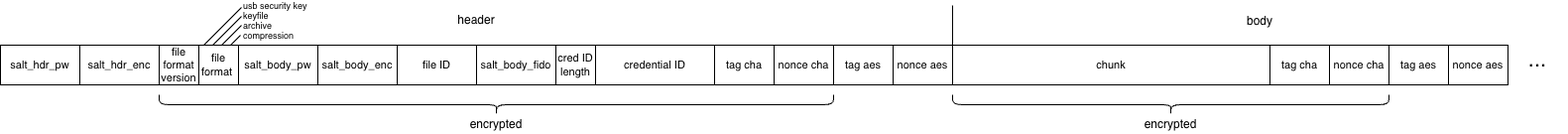
Before: images/Encryption-2.drawio.png, a diagram exported from draw.io (JoergDF/cryptcrypt). Source tidied: cells renumbered, new cells last; positions are measured from the earlier drawing's top-left corner, leaving out a move shared by most shapes.
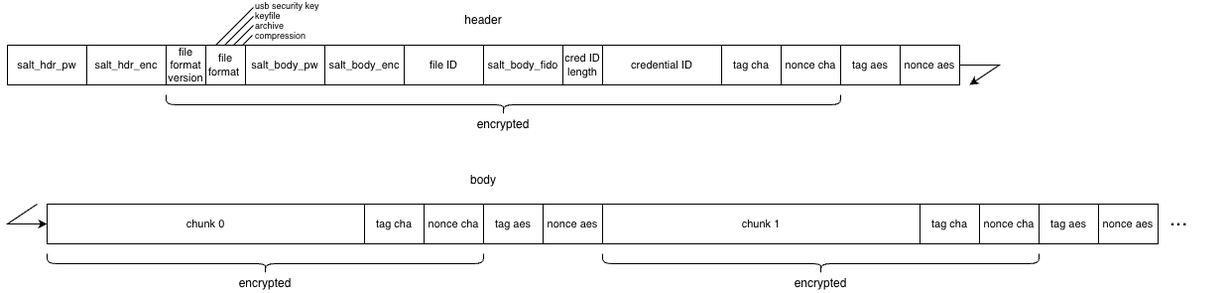
The same diagram one commit later.

Commit message:
Improve visibility of data structure diagram in readme.

The edit, as a diff of the source:
```diff
@@ -47,32 +47,26 @@
     <mxCell id="16" value="header" style="text;html=1;whiteSpace=wrap;strokeColor=none;fillColor=none;align=center;verticalAlign=middle;rounded=0;" parent="1" vertex="1">
       <mxGeometry x="450" width="60" height="30" as="geometry" />
     </mxCell>
-    <mxCell id="17" style="endArrow=none;html=1;rounded=0;fontSize=11;" parent="1" edge="1">
-      <mxGeometry relative="1" as="geometry">
-        <mxPoint x="960" y="40" as="sourcePoint" />
-        <mxPoint x="960" as="targetPoint" />
-      </mxGeometry>
-    </mxCell>
-    <mxCell id="18" value="chunk" style="rounded=0;whiteSpace=wrap;html=1;fontSize=11;" parent="1" vertex="1">
-      <mxGeometry x="960" y="40" width="320" height="40" as="geometry" />
+    <mxCell id="18" value="chunk 0" style="rounded=0;whiteSpace=wrap;html=1;fontSize=11;" parent="1" vertex="1">
+      <mxGeometry x="40" y="200" width="320" height="40" as="geometry" />
     </mxCell>
     <mxCell id="19" value="tag cha" style="rounded=0;whiteSpace=wrap;html=1;fontSize=11;" parent="1" vertex="1">
-      <mxGeometry x="1280" y="40" width="60" height="40" as="geometry" />
+      <mxGeometry x="360" y="200" width="60" height="40" as="geometry" />
     </mxCell>
     <mxCell id="20" value="nonce cha" style="rounded=0;whiteSpace=wrap;html=1;fontSize=11;" parent="1" vertex="1">
-      <mxGeometry x="1340" y="40" width="60" height="40" as="geometry" />
+      <mxGeometry x="420" y="200" width="60" height="40" as="geometry" />
     </mxCell>
     <mxCell id="21" value="tag aes" style="rounded=0;whiteSpace=wrap;html=1;fontSize=11;" parent="1" vertex="1">
-      <mxGeometry x="1400" y="40" width="60" height="40" as="geometry" />
+      <mxGeometry x="480" y="200" width="60" height="40" as="geometry" />
     </mxCell>
     <mxCell id="22" value="nonce aes" style="rounded=0;whiteSpace=wrap;html=1;fontSize=11;" parent="1" vertex="1">
-      <mxGeometry x="1460" y="40" width="60" height="40" as="geometry" />
+      <mxGeometry x="540" y="200" width="60" height="40" as="geometry" />
     </mxCell>
     <mxCell id="23" value="body" style="text;html=1;whiteSpace=wrap;strokeColor=none;fillColor=none;align=center;verticalAlign=middle;rounded=0;" parent="1" vertex="1">
-      <mxGeometry x="1240" y="1" width="60" height="30" as="geometry" />
+      <mxGeometry x="450" y="161" width="60" height="30" as="geometry" />
     </mxCell>
-    <mxCell id="24" value="..." style="text;html=1;whiteSpace=wrap;strokeColor=none;fillColor=none;align=center;verticalAlign=middle;rounded=0;fontSize=22;" parent="1" vertex="1">
-      <mxGeometry x="1520" y="47" width="60" height="15" as="geometry" />
+    <mxCell id="24" value="..." style="text;html=1;whiteSpace=wrap;strokeColor=none;fillColor=none;align=left;verticalAlign=bottom;rounded=0;fontSize=22;" parent="1" vertex="1">
+      <mxGeometry x="1170" y="210" width="60" height="20" as="geometry" />
     </mxCell>
     <mxCell id="25" style="shape=curlyBracket;whiteSpace=wrap;html=1;rounded=1;flipH=1;labelPosition=right;verticalLabelPosition=middle;align=left;verticalAlign=middle;labelPerimeter=1;legacyAnchorPoints=0;direction=north;" parent="1" vertex="1">
       <mxGeometry x="160" y="90" width="680" height="20" as="geometry" />
@@ -81,45 +75,84 @@
       <mxGeometry x="470" y="110" width="60" height="20" as="geometry" />
     </mxCell>
     <mxCell id="27" style="shape=curlyBracket;whiteSpace=wrap;html=1;rounded=1;flipH=1;labelPosition=right;verticalLabelPosition=middle;align=left;verticalAlign=middle;labelPerimeter=1;legacyAnchorPoints=0;direction=north;" parent="1" vertex="1">
-      <mxGeometry x="960" y="90" width="440" height="20" as="geometry" />
+      <mxGeometry x="40" y="250" width="440" height="20" as="geometry" />
     </mxCell>
     <mxCell id="28" value="encrypted" style="text;html=1;whiteSpace=wrap;strokeColor=none;fillColor=none;align=center;verticalAlign=middle;rounded=0;" parent="1" vertex="1">
-      <mxGeometry x="1150" y="110" width="60" height="20" as="geometry" />
+      <mxGeometry x="230" y="270" width="60" height="20" as="geometry" />
     </mxCell>
     <mxCell id="29" style="endArrow=none;html=1;rounded=0;defaultLabelBackgroundColor=page;" parent="1" edge="1">
       <mxGeometry relative="1" as="geometry">
-        <mxPoint x="232" y="40" as="sourcePoint" />
-        <mxPoint x="242" y="30" as="targetPoint" />
+        <mxPoint x="237" y="40" as="sourcePoint" />
+        <mxPoint x="247" y="30" as="targetPoint" />
       </mxGeometry>
     </mxCell>
     <mxCell id="30" value="compression" style="text;html=1;whiteSpace=wrap;strokeColor=none;fillColor=none;align=left;verticalAlign=middle;rounded=0;fontSize=9;" parent="1" vertex="1">
-      <mxGeometry x="243" y="30" width="60" as="geometry" />
+      <mxGeometry x="248" y="30" width="60" as="geometry" />
     </mxCell>
     <mxCell id="31" value="archive" style="text;html=1;whiteSpace=wrap;strokeColor=none;fillColor=none;align=left;verticalAlign=middle;rounded=0;fontSize=9;" parent="1" vertex="1">
-      <mxGeometry x="243" y="20" width="60" as="geometry" />
+      <mxGeometry x="248" y="20" width="60" as="geometry" />
     </mxCell>
     <mxCell id="32" value="keyfile" style="text;html=1;whiteSpace=wrap;strokeColor=none;fillColor=none;align=left;verticalAlign=middle;rounded=0;fontSize=9;" parent="1" vertex="1">
-      <mxGeometry x="243" y="10" width="60" as="geometry" />
+      <mxGeometry x="248" y="10" width="60" as="geometry" />
     </mxCell>
     <mxCell id="33" value="usb security key" style="text;html=1;whiteSpace=wrap;strokeColor=none;fillColor=none;align=left;verticalAlign=middle;rounded=0;fontSize=9;" parent="1" vertex="1">
-      <mxGeometry x="243" width="70" as="geometry" />
+      <mxGeometry x="248" width="70" as="geometry" />
     </mxCell>
     <mxCell id="34" style="endArrow=none;html=1;rounded=0;defaultLabelBackgroundColor=page;entryX=0;entryY=0;entryDx=0;entryDy=0;entryPerimeter=0;" parent="1" edge="1" target="31">
       <mxGeometry relative="1" as="geometry">
-        <mxPoint x="223" y="40" as="sourcePoint" />
+        <mxPoint x="228" y="40" as="sourcePoint" />
       </mxGeometry>
     </mxCell>
     <mxCell id="35" style="endArrow=none;html=1;rounded=0;defaultLabelBackgroundColor=page;" parent="1" edge="1">
       <mxGeometry relative="1" as="geometry">
-        <mxPoint x="214" y="40" as="sourcePoint" />
-        <mxPoint x="243" y="11" as="targetPoint" />
+        <mxPoint x="219" y="40" as="sourcePoint" />
+        <mxPoint x="248" y="11" as="targetPoint" />
       </mxGeometry>
     </mxCell>
     <mxCell id="36" style="endArrow=none;html=1;rounded=0;defaultLabelBackgroundColor=page;" parent="1" edge="1">
       <mxGeometry relative="1" as="geometry">
-        <mxPoint x="205" y="40" as="sourcePoint" />
-        <mxPoint x="243" y="2" as="targetPoint" />
+        <mxPoint x="210" y="40" as="sourcePoint" />
+        <mxPoint x="248" y="2" as="targetPoint" />
       </mxGeometry>
     </mxCell>
+    <mxCell id="37" value="chunk 1" style="rounded=0;whiteSpace=wrap;html=1;fontSize=11;" parent="1" vertex="1">
+      <mxGeometry x="600" y="200" width="320" height="40" as="geometry" />
+    </mxCell>
+    <mxCell id="38" value="tag cha" style="rounded=0;whiteSpace=wrap;html=1;fontSize=11;" parent="1" vertex="1">
+      <mxGeometry x="920" y="200" width="60" height="40" as="geometry" />
+    </mxCell>
+    <mxCell id="39" value="nonce cha" style="rounded=0;whiteSpace=wrap;html=1;fontSize=11;" parent="1" vertex="1">
+      <mxGeometry x="980" y="200" width="60" height="40" as="geometry" />
+    </mxCell>
+    <mxCell id="40" value="tag aes" style="rounded=0;whiteSpace=wrap;html=1;fontSize=11;" parent="1" vertex="1">
+      <mxGeometry x="1040" y="200" width="60" height="40" as="geometry" />
+    </mxCell>
+    <mxCell id="41" value="nonce aes" style="rounded=0;whiteSpace=wrap;html=1;fontSize=11;" parent="1" vertex="1">
+      <mxGeometry x="1100" y="200" width="60" height="40" as="geometry" />
+    </mxCell>
+    <mxCell id="42" style="shape=curlyBracket;whiteSpace=wrap;html=1;rounded=1;flipH=1;labelPosition=right;verticalLabelPosition=middle;align=left;verticalAlign=middle;labelPerimeter=1;legacyAnchorPoints=0;direction=north;" parent="1" vertex="1">
+      <mxGeometry x="600" y="250" width="440" height="20" as="geometry" />
+    </mxCell>
+    <mxCell id="43" value="encrypted" style="text;html=1;whiteSpace=wrap;strokeColor=none;fillColor=none;align=center;verticalAlign=middle;rounded=0;" parent="1" vertex="1">
+      <mxGeometry x="790" y="270" width="60" height="20" as="geometry" />
+    </mxCell>
+    <mxCell id="44" style="endArrow=classic;html=1;rounded=0;defaultLabelBackgroundColor=page;" parent="1" edge="1">
+      <mxGeometry x="-0.13" relative="1" as="geometry">
+        <mxPoint x="960" y="60" as="sourcePoint" />
+        <mxPoint x="970" y="80" as="targetPoint" />
+        <Array as="points">
+          <mxPoint x="1000" y="60" />
+        </Array>
+      </mxGeometry>
+    </mxCell>
+    <mxCell id="45" style="endArrow=classic;html=1;rounded=0;defaultLabelBackgroundColor=page;" parent="1" edge="1">
+      <mxGeometry x="-0.13" relative="1" as="geometry">
+        <mxPoint x="30" y="200" as="sourcePoint" />
+        <mxPoint x="40" y="220" as="targetPoint" />
+        <Array as="points">
+          <mxPoint y="220" />
+        </Array>
+      </mxGeometry>
+    </mxCell>
   </root>
 </mxGraphModel>
```
